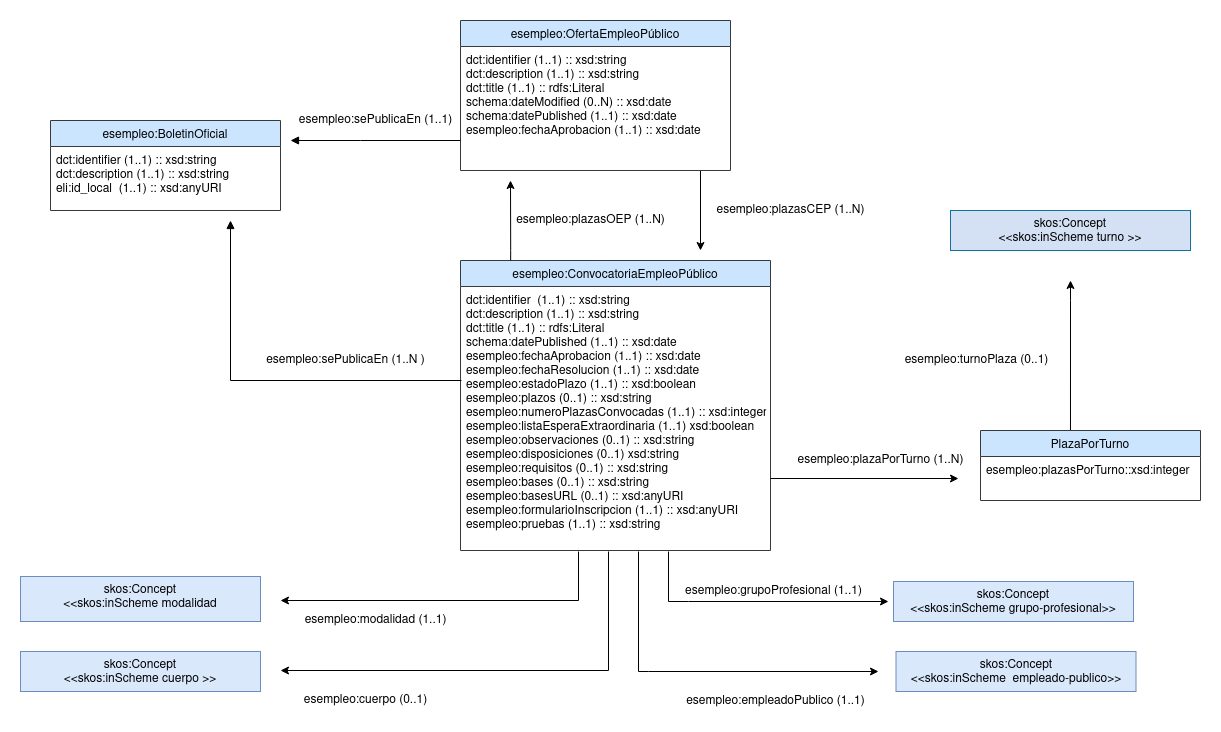
The draw.io diagram OnToology/Ontology/empleo.owl/documentation/resources/images/esempleo-3clases.png in opencitydata/vocab-sector-publico-empleo, before a commit. Source tidied: cells renumbered, new cells last; positions are measured from the earlier drawing's top-left corner, leaving out a move shared by most shapes.
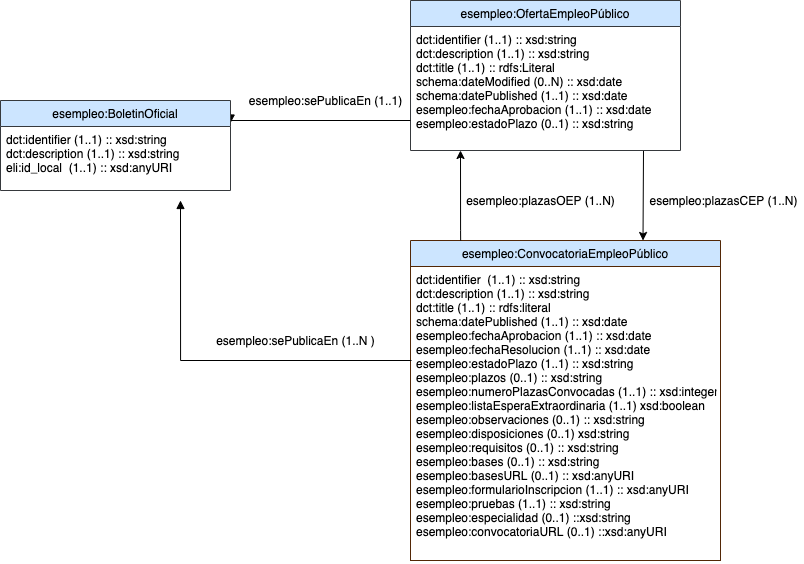
Above is the later version.

Change to the diagram source:
```diff
@@ -2,162 +2,67 @@
   <root>
     <mxCell id="0" />
     <mxCell id="1" parent="0" />
-    <mxCell id="2" value="esempleo:ConvocatoriaEmpleoPúblico&#10;" style="swimlane;fontStyle=0;align=center;verticalAlign=top;horizontal=1;startSize=26;rounded=0;shadow=0;strokeWidth=1;fillColor=#cce5ff;strokeColor=#36393d;" parent="1" vertex="1">
-      <mxGeometry x="440" y="240" width="310" height="290" as="geometry" />
+    <mxCell id="2" value="esempleo:ConvocatoriaEmpleoPúblico&#10;" style="swimlane;fontStyle=0;align=center;verticalAlign=top;horizontal=1;startSize=26;rounded=0;shadow=0;strokeWidth=1;fillColor=#cce5ff;strokeColor=#522706;" parent="1" vertex="1">
+      <mxGeometry x="440" y="240" width="310" height="320" as="geometry" />
     </mxCell>
-    <mxCell id="3" value="dct:identifier  (1..1) :: xsd:string&#10;dct:description (1..1) :: xsd:string&#10;dct:title (1..1) :: rdfs:Literal&#10;schema:datePublished (1..1) :: xsd:date&#10;esempleo:fechaAprobacion (1..1) :: xsd:date&#10;esempleo:fechaResolucion (1..1) :: xsd:date&#10;esempleo:estadoPlazo (1..1) :: xsd:boolean&#10;esempleo:plazos (0..1) :: xsd:string&#10;esempleo:numeroPlazasConvocadas (1..1) :: xsd:integer&#10;esempleo:listaEsperaExtraordinaria (1..1) xsd:boolean&#10;esempleo:observaciones (0..1) :: xsd:string&#10;esempleo:disposiciones (0..1) xsd:string&#10;esempleo:requisitos (0..1) :: xsd:string&#10;esempleo:bases (0..1) :: xsd:string&#10;esempleo:basesURL (0..1) :: xsd:anyURI&#10;esempleo:formularioInscripcion (1..1) :: xsd:anyURI&#10;esempleo:pruebas (1..1) :: xsd:string&#10;&#10;&#10;&#10;&#10;&#10;&#10;&#10;&#10;&#10;" style="text;align=left;verticalAlign=top;spacingLeft=4;spacingRight=4;overflow=hidden;" parent="2" vertex="1">
-      <mxGeometry y="26" width="310" height="264" as="geometry" />
+    <mxCell id="3" value="dct:identifier  (1..1) :: xsd:string&#10;dct:description (1..1) :: xsd:string&#10;dct:title (1..1) :: rdfs:literal&#10;schema:datePublished (1..1) :: xsd:date&#10;esempleo:fechaAprobacion (1..1) :: xsd:date&#10;esempleo:fechaResolucion (1..1) :: xsd:date&#10;esempleo:estadoPlazo (1..1) :: xsd:string &#10;esempleo:plazos (0..1) :: xsd:string&#10;esempleo:numeroPlazasConvocadas (1..1) :: xsd:integer&#10;esempleo:listaEsperaExtraordinaria (1..1) xsd:boolean&#10;esempleo:observaciones (0..1) :: xsd:string&#10;esempleo:disposiciones (0..1) xsd:string&#10;esempleo:requisitos (0..1) :: xsd:string&#10;esempleo:bases (0..1) :: xsd:string&#10;esempleo:basesURL (0..1) :: xsd:anyURI&#10;esempleo:formularioInscripcion (1..1) :: xsd:anyURI&#10;esempleo:pruebas (1..1) :: xsd:string&#10;esempleo:especialidad (0..1) ::xsd:string &#10;esempleo:convocatoriaURL (0..1) ::xsd:anyURI&#10;&#10;&#10;&#10;&#10;" style="text;align=left;verticalAlign=top;spacingLeft=4;spacingRight=4;overflow=hidden;strokeColor=#522706;fillColor=#FFFFFF;" parent="2" vertex="1">
+      <mxGeometry y="26" width="310" height="294" as="geometry" />
     </mxCell>
     <mxCell id="4" style="edgeStyle=orthogonalEdgeStyle;rounded=0;orthogonalLoop=1;jettySize=auto;html=1;exitX=0.065;exitY=0;exitDx=0;exitDy=0;exitPerimeter=0;" parent="1" edge="1">
       <mxGeometry relative="1" as="geometry">
         <mxPoint x="490.1" y="240" as="sourcePoint" />
-        <mxPoint x="490" y="160" as="targetPoint" />
+        <mxPoint x="490" y="150" as="targetPoint" />
         <Array as="points">
           <mxPoint x="490" y="230" />
           <mxPoint x="490" y="230" />
         </Array>
       </mxGeometry>
     </mxCell>
-    <mxCell id="5" value="skos:Concept&lt;br&gt;&amp;lt;&amp;lt;skos:inScheme cuerpo &amp;gt;&amp;gt;" style="whiteSpace=wrap;html=1;rounded=0;shadow=0;fontStyle=0;verticalAlign=top;strokeWidth=1;startSize=26;fillColor=#dae8fc;strokeColor=#6c8ebf;" parent="1" vertex="1">
-      <mxGeometry y="631" width="240" height="40" as="geometry" />
+    <mxCell id="5" value="esempleo:plazasOEP (1..N)" style="text;html=1;align=center;verticalAlign=middle;" parent="1" vertex="1">
+      <mxGeometry x="490" y="190" width="160" height="20" as="geometry" />
     </mxCell>
-    <mxCell id="6" value="esempleo:plazasOEP (1..N)" style="text;html=1;align=center;verticalAlign=middle;" parent="1" vertex="1">
-      <mxGeometry x="490" y="190" width="160" height="20" as="geometry" />
+    <mxCell id="6" style="endArrow=classic;html=1;entryX=0.75;entryY=0;entryDx=0;entryDy=0;" parent="1" edge="1" target="2">
+      <mxGeometry relative="1" as="geometry">
+        <mxPoint x="673" y="150" as="sourcePoint" />
+      </mxGeometry>
     </mxCell>
-    <mxCell id="7" value="&lt;div&gt;esempleo:plazaPorTurno (1..N)&lt;br&gt;&lt;/div&gt;" style="text;html=1;align=center;verticalAlign=middle;" parent="1" vertex="1">
-      <mxGeometry x="770" y="430" width="180" height="20" as="geometry" />
+    <mxCell id="7" value="esempleo:plazasCEP (1..N)" style="text;html=1;align=center;verticalAlign=middle;" parent="1" vertex="1">
+      <mxGeometry x="673" y="190" width="160" height="20" as="geometry" />
     </mxCell>
-    <mxCell id="8" style="edgeStyle=orthogonalEdgeStyle;rounded=0;jettySize=auto;html=1;textDirection=ltr;exitX=0.409;exitY=-0.007;exitDx=0;exitDy=0;exitPerimeter=0;" parent="1" edge="1" source="27">
-      <mxGeometry relative="1" as="geometry">
-        <mxPoint x="1050" y="260" as="targetPoint" />
-        <Array as="points">
-          <mxPoint x="1050" y="280" />
-          <mxPoint x="1050" y="280" />
-        </Array>
-      </mxGeometry>
+    <mxCell id="8" value="esempleo:OfertaEmpleoPúblico" style="swimlane;fontStyle=0;align=center;verticalAlign=top;horizontal=1;startSize=26;rounded=0;shadow=0;strokeWidth=1;fillColor=#cce5ff;strokeColor=#36393d;" parent="1" vertex="1">
+      <mxGeometry x="440" width="270" height="150" as="geometry" />
     </mxCell>
-    <mxCell id="9" value="skos:Concept&lt;br&gt;&amp;lt;&amp;lt;skos:inScheme turno &amp;gt;&amp;gt;" style="whiteSpace=wrap;html=1;rounded=0;shadow=0;fontStyle=0;verticalAlign=top;strokeWidth=1;startSize=26;strokeColor=#10739e;fillColor=#D4E1F5;" parent="1" vertex="1">
-      <mxGeometry x="930" y="190" width="240" height="40" as="geometry" />
+    <mxCell id="9" value="dct:identifier (1..1) :: xsd:string&#10;dct:description (1..1) :: xsd:string&#10;dct:title (1..1) :: rdfs:Literal&#10;schema:dateModified (0..N) :: xsd:date&#10;schema:datePublished (1..1) :: xsd:date&#10;esempleo:fechaAprobacion (1..1) :: xsd:date&#10;esempleo:estadoPlazo (0..1) :: xsd:string &#10;&#10;&#10;&#10;&#10;&#10;&#10;" style="text;align=left;verticalAlign=top;spacingLeft=4;spacingRight=4;overflow=hidden;" parent="8" vertex="1">
+      <mxGeometry y="26" width="270" height="104" as="geometry" />
     </mxCell>
-    <mxCell id="10" value="esempleo:turnoPlaza (0..1)" style="text;html=1;align=center;verticalAlign=middle;textDirection=ltr;" parent="1" vertex="1">
-      <mxGeometry x="875.5" y="330" width="160" height="20" as="geometry" />
+    <mxCell id="10" style="edgeStyle=orthogonalEdgeStyle;rounded=0;orthogonalLoop=1;jettySize=auto;html=1;endArrow=block;endFill=1;" parent="1" edge="1">
+      <mxGeometry relative="1" as="geometry">
+        <mxPoint x="441" y="360" as="sourcePoint" />
+        <mxPoint x="210" y="200" as="targetPoint" />
+        <Array as="points">
+          <mxPoint x="210" y="360" />
+        </Array>
+      </mxGeometry>
     </mxCell>
-    <mxCell id="11" value="&lt;div&gt;esempleo:cuerpo (0..1)&lt;/div&gt;" style="text;html=1;align=center;verticalAlign=middle;" parent="1" vertex="1">
-      <mxGeometry x="275" y="670" width="140" height="20" as="geometry" />
+    <mxCell id="11" style="edgeStyle=orthogonalEdgeStyle;rounded=0;jettySize=auto;html=1;endArrow=block;endFill=1;entryX=1;entryY=0.25;entryDx=0;entryDy=0;" parent="1" edge="1" target="12">
+      <mxGeometry relative="1" as="geometry">
+        <mxPoint x="440" y="120" as="sourcePoint" />
+        <Array as="points">
+          <mxPoint x="260" y="120" />
+        </Array>
+      </mxGeometry>
     </mxCell>
-    <mxCell id="12" value="skos:Concept&lt;br&gt;&amp;lt;&amp;lt;skos:inScheme&amp;nbsp; empleado-publico&amp;gt;&amp;gt;" style="whiteSpace=wrap;html=1;rounded=0;shadow=0;fontStyle=0;verticalAlign=top;strokeWidth=1;startSize=26;fillColor=#dae8fc;strokeColor=#6c8ebf;" parent="1" vertex="1">
-      <mxGeometry x="875.5" y="631" width="240" height="40" as="geometry" />
+    <mxCell id="12" value="esempleo:BoletinOficial" style="swimlane;fontStyle=0;align=center;verticalAlign=top;horizontal=1;startSize=26;rounded=0;shadow=0;strokeWidth=1;fillColor=#cce5ff;strokeColor=#36393d;" parent="1" vertex="1">
+      <mxGeometry x="30" y="100" width="230" height="90" as="geometry" />
     </mxCell>
-    <mxCell id="13" value="&lt;div&gt;esempleo:empleadoPublico (1..1)&lt;/div&gt;" style="text;html=1;align=center;verticalAlign=middle;" parent="1" vertex="1">
-      <mxGeometry x="660" y="671" width="190" height="20" as="geometry" />
+    <mxCell id="13" value="dct:identifier (1..1) :: xsd:string&#10;dct:description (1..1) :: xsd:string&#10;eli:id_local  (1..1) :: xsd:anyURI&#10;" style="text;align=left;verticalAlign=top;spacingLeft=4;spacingRight=4;overflow=hidden;" parent="12" vertex="1">
+      <mxGeometry y="26" width="230" height="64" as="geometry" />
     </mxCell>
-    <mxCell id="14" style="edgeStyle=orthogonalEdgeStyle;rounded=0;orthogonalLoop=1;jettySize=auto;html=1;" parent="1" edge="1">
-      <mxGeometry relative="1" as="geometry">
-        <mxPoint x="618" y="531" as="sourcePoint" />
-        <mxPoint x="858" y="651" as="targetPoint" />
-        <Array as="points">
-          <mxPoint x="628" y="651" />
-          <mxPoint x="858" y="651" />
-        </Array>
-      </mxGeometry>
+    <mxCell id="14" value="esempleo:sePublicaEn (1..1)" style="text;html=1;align=center;verticalAlign=middle;" parent="1" vertex="1">
+      <mxGeometry x="270" y="90" width="170" height="20" as="geometry" />
     </mxCell>
-    <mxCell id="15" value="skos:Concept&lt;br&gt;&amp;lt;&amp;lt;skos:inScheme grupo-profesional&amp;gt;&amp;gt;" style="whiteSpace=wrap;html=1;rounded=0;shadow=0;fontStyle=0;verticalAlign=top;strokeWidth=1;startSize=26;fillColor=#dae8fc;strokeColor=#6c8ebf;" parent="1" vertex="1">
-      <mxGeometry x="873" y="561" width="240" height="40" as="geometry" />
+    <mxCell id="15" value="esempleo:sePublicaEn (1..N )" style="text;html=1;align=center;verticalAlign=middle;" parent="1" vertex="1">
+      <mxGeometry x="240" y="330" width="170" height="20" as="geometry" />
     </mxCell>
-    <mxCell id="16" value="&lt;div&gt;esempleo:grupoProfesional (1..1)&lt;br&gt;&lt;/div&gt;" style="text;html=1;align=center;verticalAlign=middle;" parent="1" vertex="1">
-      <mxGeometry x="658" y="561" width="190" height="20" as="geometry" />
-    </mxCell>
-    <mxCell id="17" style="edgeStyle=orthogonalEdgeStyle;rounded=0;orthogonalLoop=1;jettySize=auto;html=1;" parent="1" edge="1">
-      <mxGeometry relative="1" as="geometry">
-        <mxPoint x="648" y="531" as="sourcePoint" />
-        <mxPoint x="868" y="581" as="targetPoint" />
-        <Array as="points">
-          <mxPoint x="668" y="581" />
-          <mxPoint x="858" y="581" />
-        </Array>
-      </mxGeometry>
-    </mxCell>
-    <mxCell id="18" style="edgeStyle=orthogonalEdgeStyle;rounded=0;orthogonalLoop=1;jettySize=auto;html=1;" parent="1" edge="1">
-      <mxGeometry relative="1" as="geometry">
-        <mxPoint x="558" y="531" as="sourcePoint" />
-        <mxPoint x="260" y="580" as="targetPoint" />
-        <Array as="points">
-          <mxPoint x="558" y="580" />
-        </Array>
-      </mxGeometry>
-    </mxCell>
-    <mxCell id="19" value="skos:Concept&lt;br&gt;&amp;lt;&amp;lt;skos:inScheme modalidad" style="whiteSpace=wrap;html=1;rounded=0;shadow=0;fontStyle=0;verticalAlign=top;strokeWidth=1;startSize=26;fillColor=#dae8fc;strokeColor=#6c8ebf;" parent="1" vertex="1">
-      <mxGeometry y="556" width="240" height="45" as="geometry" />
-    </mxCell>
-    <mxCell id="20" value="&lt;div&gt;esempleo:modalidad (1..1)&lt;br&gt;&lt;/div&gt;" style="text;html=1;align=center;verticalAlign=middle;" parent="1" vertex="1">
-      <mxGeometry x="275" y="590" width="160" height="20" as="geometry" />
-    </mxCell>
-    <mxCell id="21" style="edgeStyle=orthogonalEdgeStyle;rounded=0;orthogonalLoop=1;jettySize=auto;html=1;" parent="1" edge="1">
-      <mxGeometry relative="1" as="geometry">
-        <mxPoint x="750" y="458" as="sourcePoint" />
-        <mxPoint x="938" y="458" as="targetPoint" />
-      </mxGeometry>
-    </mxCell>
-    <mxCell id="22" style="endArrow=classic;html=1;" parent="1" edge="1">
-      <mxGeometry relative="1" as="geometry">
-        <mxPoint x="680" y="150" as="sourcePoint" />
-        <mxPoint x="680" y="230" as="targetPoint" />
-      </mxGeometry>
-    </mxCell>
-    <mxCell id="23" value="esempleo:plazasCEP (1..N)" style="text;html=1;align=center;verticalAlign=middle;" parent="1" vertex="1">
-      <mxGeometry x="690" y="180" width="160" height="20" as="geometry" />
-    </mxCell>
-    <mxCell id="24" style="edgeStyle=orthogonalEdgeStyle;rounded=0;orthogonalLoop=1;jettySize=auto;html=1;" parent="1" edge="1">
-      <mxGeometry relative="1" as="geometry">
-        <mxPoint x="588" y="531" as="sourcePoint" />
-        <mxPoint x="260" y="650" as="targetPoint" />
-        <Array as="points">
-          <mxPoint x="588" y="650" />
-        </Array>
-      </mxGeometry>
-    </mxCell>
-    <mxCell id="25" value="esempleo:OfertaEmpleoPúblico" style="swimlane;fontStyle=0;align=center;verticalAlign=top;horizontal=1;startSize=26;rounded=0;shadow=0;strokeWidth=1;fillColor=#cce5ff;strokeColor=#36393d;" parent="1" vertex="1">
-      <mxGeometry x="440" width="270" height="150" as="geometry" />
-    </mxCell>
-    <mxCell id="26" value="dct:identifier (1..1) :: xsd:string&#10;dct:description (1..1) :: xsd:string&#10;dct:title (1..1) :: rdfs:Literal&#10;schema:dateModified (0..N) :: xsd:date&#10;schema:datePublished (1..1) :: xsd:date&#10;esempleo:fechaAprobacion (1..1) :: xsd:date&#10;&#10;&#10;&#10;&#10;&#10;&#10;" style="text;align=left;verticalAlign=top;spacingLeft=4;spacingRight=4;overflow=hidden;" parent="25" vertex="1">
-      <mxGeometry y="26" width="270" height="94" as="geometry" />
-    </mxCell>
-    <mxCell id="27" value="PlazaPorTurno" style="swimlane;fontStyle=0;align=center;verticalAlign=top;horizontal=1;startSize=26;rounded=0;shadow=0;strokeWidth=1;fillColor=#cce5ff;strokeColor=#36393d;" parent="1" vertex="1">
-      <mxGeometry x="960" y="410" width="220" height="70" as="geometry" />
-    </mxCell>
-    <mxCell id="28" value="esempleo:plazasPorTurno::xsd:integer" style="text;align=left;verticalAlign=top;spacingLeft=4;spacingRight=4;overflow=hidden;" parent="27" vertex="1">
-      <mxGeometry y="26" width="220" height="44" as="geometry" />
-    </mxCell>
-    <mxCell id="29" style="edgeStyle=orthogonalEdgeStyle;rounded=0;orthogonalLoop=1;jettySize=auto;html=1;endArrow=block;endFill=1;" parent="1" edge="1">
-      <mxGeometry relative="1" as="geometry">
-        <mxPoint x="441" y="360" as="sourcePoint" />
-        <mxPoint x="210" y="200" as="targetPoint" />
-        <Array as="points">
-          <mxPoint x="210" y="360" />
-        </Array>
-      </mxGeometry>
-    </mxCell>
-    <mxCell id="30" style="edgeStyle=orthogonalEdgeStyle;rounded=0;orthogonalLoop=1;jettySize=auto;html=1;endArrow=block;endFill=1;" parent="1" edge="1">
-      <mxGeometry relative="1" as="geometry">
-        <mxPoint x="440" y="120" as="sourcePoint" />
-        <mxPoint x="270" y="120" as="targetPoint" />
-        <Array as="points">
-          <mxPoint x="340" y="120" />
-          <mxPoint x="340" y="120" />
-        </Array>
-      </mxGeometry>
-    </mxCell>
-    <mxCell id="31" value="esempleo:BoletinOficial" style="swimlane;fontStyle=0;align=center;verticalAlign=top;horizontal=1;startSize=26;rounded=0;shadow=0;strokeWidth=1;fillColor=#cce5ff;strokeColor=#36393d;" parent="1" vertex="1">
-      <mxGeometry x="30" y="100" width="230" height="90" as="geometry" />
-    </mxCell>
-    <mxCell id="32" value="dct:identifier (1..1) :: xsd:string&#10;dct:description (1..1) :: xsd:string&#10;eli:id_local  (1..1) :: xsd:anyURI&#10;" style="text;align=left;verticalAlign=top;spacingLeft=4;spacingRight=4;overflow=hidden;" parent="31" vertex="1">
-      <mxGeometry y="26" width="230" height="64" as="geometry" />
-    </mxCell>
-    <mxCell id="33" value="esempleo:sePublicaEn (1..1)" style="text;html=1;align=center;verticalAlign=middle;" parent="1" vertex="1">
-      <mxGeometry x="270" y="90" width="170" height="20" as="geometry" />
-    </mxCell>
-    <mxCell id="34" value="esempleo:sePublicaEn (1..N )" style="text;html=1;align=center;verticalAlign=middle;" parent="1" vertex="1">
-      <mxGeometry x="240" y="330" width="170" height="20" as="geometry" />
-    </mxCell>
   </root>
 </mxGraphModel>
```
